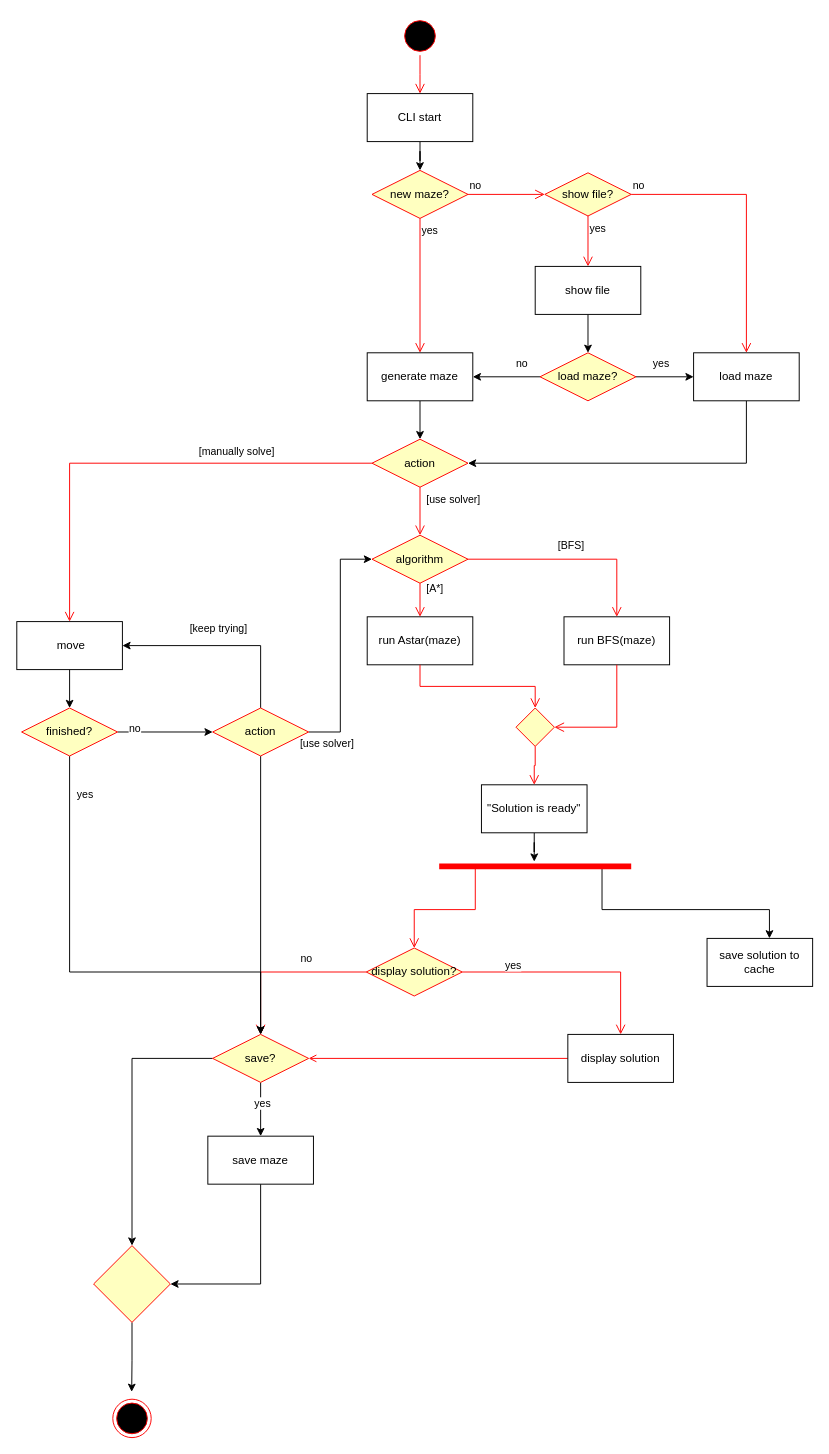
Before: activity.drawio in ronyzrihen/maze2d, a draw.io diagram. Source tidied: cells renumbered, new cells numbered last; positions are measured from the earlier drawing's top-left corner, leaving out a move shared by most shapes. Both pictures are drawn from the tidied source at 96%, with x=0, y=0 at pixel (16, 16).
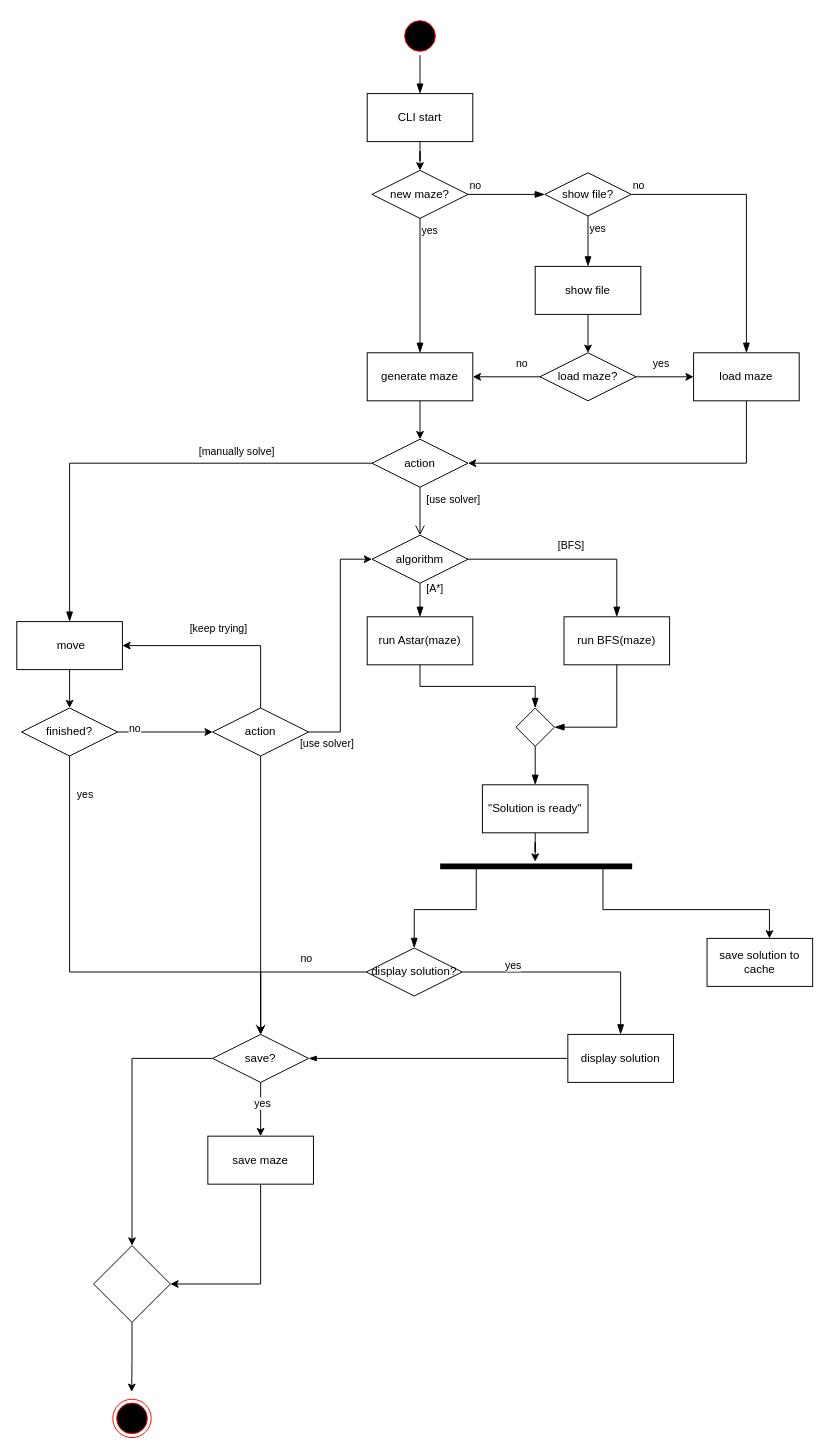
The same page after the edit.

The change refers to these unchanged cells:
```xml
<mxCell id="2" style="ellipse;html=1;shape=startState;fillColor=#000000;strokeColor=#ff0000;" parent="1" vertex="1">
  <mxGeometry x="400" width="40" height="40" as="geometry" />
</mxCell>
<mxCell id="12" value="show file" style="html=1;whiteSpace=wrap;" parent="1" vertex="1">
  <mxGeometry x="540" y="260" width="110" height="50" as="geometry" />
</mxCell>
<mxCell id="15" value="load maze" style="html=1;whiteSpace=wrap;" parent="1" vertex="1">
  <mxGeometry x="705" y="350" width="110" height="50" as="geometry" />
</mxCell>
<mxCell id="17" value="generate maze" style="html=1;whiteSpace=wrap;" parent="1" vertex="1">
  <mxGeometry x="365" y="350" width="110" height="50" as="geometry" />
</mxCell>
<mxCell id="22" value="&amp;nbsp;move" style="html=1;whiteSpace=wrap;" parent="1" vertex="1">
  <mxGeometry y="630" width="110" height="50" as="geometry" />
</mxCell>
<mxCell id="25" value="run Astar(maze)" style="html=1;whiteSpace=wrap;" parent="1" vertex="1">
  <mxGeometry x="365" y="625" width="110" height="50" as="geometry" />
</mxCell>
<mxCell id="27" value="run BFS(maze)" style="html=1;whiteSpace=wrap;" parent="1" vertex="1">
  <mxGeometry x="570" y="625" width="110" height="50" as="geometry" />
</mxCell>
<mxCell id="43" value="display solution" style="html=1;whiteSpace=wrap;" parent="1" vertex="1">
  <mxGeometry x="574" y="1060" width="110" height="50" as="geometry" />
</mxCell>
```

Change to the diagram source:
```diff
@@
-    <mxCell id="3" style="edgeStyle=orthogonalEdgeStyle;html=1;verticalAlign=bottom;endArrow=open;endSize=8;strokeColor=#ff0000;rounded=0;" parent="1" edge="1" source="2">
+    <mxCell id="3" style="edgeStyle=orthogonalEdgeStyle;html=1;verticalAlign=bottom;endArrow=blockThin;endSize=8;rounded=0;endFill=1;" parent="1" edge="1" source="2">
       <mxGeometry relative="1" as="geometry">
         <mxPoint x="420" y="80" as="targetPoint" />
         <Array as="points">
           <mxPoint x="420" y="60" />
           <mxPoint x="420" y="60" />
         </Array>
       </mxGeometry>
     </mxCell>
@@
-    <mxCell id="6" value="new maze?" style="rhombus;whiteSpace=wrap;html=1;fontColor=#000000;fillColor=#ffffc0;strokeColor=#ff0000;" parent="1" vertex="1">
+    <mxCell id="6" value="new maze?" style="rhombus;whiteSpace=wrap;html=1;" parent="1" vertex="1">
       <mxGeometry x="370" y="160" width="100" height="50" as="geometry" />
     </mxCell>
-    <mxCell id="7" value="no" style="edgeStyle=orthogonalEdgeStyle;html=1;align=left;verticalAlign=bottom;endArrow=open;endSize=8;strokeColor=#ff0000;rounded=0;" parent="1" edge="1" source="6" target="9">
+    <mxCell id="7" value="no" style="edgeStyle=orthogonalEdgeStyle;html=1;align=left;verticalAlign=bottom;endArrow=blockThin;endSize=8;rounded=0;endFill=1;" parent="1" edge="1" source="6" target="9">
       <mxGeometry x="-1" relative="1" as="geometry" />
     </mxCell>
-    <mxCell id="8" value="yes" style="edgeStyle=orthogonalEdgeStyle;html=1;align=left;verticalAlign=top;endArrow=open;endSize=8;strokeColor=#ff0000;rounded=0;" parent="1" edge="1" source="6" target="17">
+    <mxCell id="8" value="yes" style="edgeStyle=orthogonalEdgeStyle;html=1;align=left;verticalAlign=top;endArrow=blockThin;endSize=8;rounded=0;endFill=1;" parent="1" edge="1" source="6" target="17">
       <mxGeometry x="-1" relative="1" as="geometry" />
     </mxCell>
-    <mxCell id="9" value="show file?" style="rhombus;whiteSpace=wrap;html=1;fontColor=#000000;fillColor=#ffffc0;strokeColor=#ff0000;" parent="1" vertex="1">
+    <mxCell id="9" value="show file?" style="rhombus;whiteSpace=wrap;html=1;" parent="1" vertex="1">
       <mxGeometry x="550" y="162.5" width="90" height="45" as="geometry" />
     </mxCell>
-    <mxCell id="10" value="yes" style="edgeStyle=orthogonalEdgeStyle;html=1;align=left;verticalAlign=top;endArrow=open;endSize=8;strokeColor=#ff0000;rounded=0;exitX=0.5;exitY=1;exitDx=0;exitDy=0;" parent="1" edge="1" source="9" target="12">
+    <mxCell id="10" value="yes" style="edgeStyle=orthogonalEdgeStyle;html=1;align=left;verticalAlign=top;endArrow=blockThin;endSize=8;rounded=0;exitX=0.5;exitY=1;exitDx=0;exitDy=0;endFill=1;" parent="1" edge="1" source="9" target="12">
       <mxGeometry x="-1" relative="1" as="geometry" />
     </mxCell>
@@
-    <mxCell id="13" value="no" style="edgeStyle=orthogonalEdgeStyle;html=1;align=left;verticalAlign=bottom;endArrow=open;endSize=8;strokeColor=#ff0000;rounded=0;exitX=1;exitY=0.5;exitDx=0;exitDy=0;" parent="1" edge="1" source="9" target="15">
+    <mxCell id="13" value="no" style="edgeStyle=orthogonalEdgeStyle;html=1;align=left;verticalAlign=bottom;endArrow=blockThin;endSize=8;rounded=0;exitX=1;exitY=0.5;exitDx=0;exitDy=0;endFill=1;" parent="1" edge="1" source="9" target="15">
       <mxGeometry x="-1" relative="1" as="geometry" />
     </mxCell>
@@
-    <mxCell id="18" value="action" style="rhombus;whiteSpace=wrap;html=1;fontColor=#000000;fillColor=#ffffc0;strokeColor=#ff0000;" parent="1" vertex="1">
+    <mxCell id="18" value="action" style="rhombus;whiteSpace=wrap;html=1;" parent="1" vertex="1">
       <mxGeometry x="370" y="440" width="100" height="50" as="geometry" />
     </mxCell>
-    <mxCell id="19" value="[manually solve]" style="edgeStyle=orthogonalEdgeStyle;html=1;align=left;verticalAlign=top;endArrow=open;endSize=8;strokeColor=#ff0000;rounded=0;exitX=0;exitY=0.5;exitDx=0;exitDy=0;" parent="1" edge="1" source="18" target="22">
+    <mxCell id="19" value="[manually solve]" style="edgeStyle=orthogonalEdgeStyle;html=1;align=left;verticalAlign=top;endArrow=blockThin;endSize=8;rounded=0;exitX=0;exitY=0.5;exitDx=0;exitDy=0;endFill=1;" parent="1" edge="1" source="18" target="22">
       <mxGeometry x="-0.24" y="-25" relative="1" as="geometry" />
     </mxCell>
-    <mxCell id="20" value="[use solver]" style="edgeStyle=orthogonalEdgeStyle;html=1;align=left;verticalAlign=bottom;endArrow=open;endSize=8;strokeColor=#ff0000;rounded=0;exitX=0.5;exitY=1;exitDx=0;exitDy=0;entryX=0.5;entryY=0;entryDx=0;entryDy=0;" parent="1" edge="1" source="18" target="23">
+    <mxCell id="20" value="[use solver]" style="edgeStyle=orthogonalEdgeStyle;html=1;align=left;verticalAlign=bottom;endArrow=open;endSize=8;rounded=0;exitX=0.5;exitY=1;exitDx=0;exitDy=0;entryX=0.5;entryY=0;entryDx=0;entryDy=0;" parent="1" edge="1" source="18" target="23">
       <mxGeometry x="-0.14" y="5" relative="1" as="geometry" />
     </mxCell>
@@
-    <mxCell id="23" value="algorithm" style="rhombus;whiteSpace=wrap;html=1;fontColor=#000000;fillColor=#ffffc0;strokeColor=#ff0000;" parent="1" vertex="1">
+    <mxCell id="23" value="algorithm" style="rhombus;whiteSpace=wrap;html=1;" parent="1" vertex="1">
       <mxGeometry x="370" y="540" width="100" height="50" as="geometry" />
     </mxCell>
-    <mxCell id="24" value="[A*]" style="edgeStyle=orthogonalEdgeStyle;html=1;align=left;verticalAlign=bottom;endArrow=open;endSize=8;strokeColor=#ff0000;rounded=0;exitX=0.5;exitY=1;exitDx=0;exitDy=0;" parent="1" edge="1" source="23" target="25">
+    <mxCell id="24" value="[A*]" style="edgeStyle=orthogonalEdgeStyle;html=1;align=left;verticalAlign=bottom;endArrow=blockThin;endSize=8;rounded=0;exitX=0.5;exitY=1;exitDx=0;exitDy=0;endFill=1;" parent="1" edge="1" source="23" target="25">
       <mxGeometry x="-0.14" y="5" relative="1" as="geometry" />
     </mxCell>
@@
-    <mxCell id="26" value="[BFS]" style="edgeStyle=orthogonalEdgeStyle;html=1;align=left;verticalAlign=bottom;endArrow=open;endSize=8;strokeColor=#ff0000;rounded=0;exitX=1;exitY=0.5;exitDx=0;exitDy=0;" parent="1" edge="1" source="23" target="27">
+    <mxCell id="26" value="[BFS]" style="edgeStyle=orthogonalEdgeStyle;html=1;align=left;verticalAlign=bottom;endArrow=blockThin;endSize=8;rounded=0;exitX=1;exitY=0.5;exitDx=0;exitDy=0;endFill=1;" parent="1" edge="1" source="23" target="27">
       <mxGeometry x="-0.14" y="5" relative="1" as="geometry" />
     </mxCell>
@@
-    <mxCell id="28" style="rhombus;whiteSpace=wrap;html=1;fontColor=#000000;fillColor=#ffffc0;strokeColor=#ff0000;" parent="1" vertex="1">
+    <mxCell id="28" style="rhombus;whiteSpace=wrap;html=1;" parent="1" vertex="1">
       <mxGeometry x="520" y="720" width="40" height="40" as="geometry" />
     </mxCell>
-    <mxCell id="29" style="edgeStyle=orthogonalEdgeStyle;html=1;align=left;verticalAlign=bottom;endArrow=open;endSize=8;strokeColor=#ff0000;rounded=0;entryX=0.5;entryY=0;entryDx=0;entryDy=0;exitX=0.5;exitY=1;exitDx=0;exitDy=0;" parent="1" edge="1" source="25" target="28">
+    <mxCell id="29" style="edgeStyle=orthogonalEdgeStyle;html=1;align=left;verticalAlign=bottom;endArrow=blockThin;endSize=8;rounded=0;entryX=0.5;entryY=0;entryDx=0;entryDy=0;exitX=0.5;exitY=1;exitDx=0;exitDy=0;endFill=1;" parent="1" edge="1" source="25" target="28">
       <mxGeometry x="-0.15" y="5" relative="1" as="geometry" />
     </mxCell>
-    <mxCell id="30" style="edgeStyle=orthogonalEdgeStyle;html=1;align=left;verticalAlign=bottom;endArrow=open;endSize=8;strokeColor=#ff0000;rounded=0;entryX=1;entryY=0.5;entryDx=0;entryDy=0;exitX=0.5;exitY=1;exitDx=0;exitDy=0;" parent="1" edge="1" source="27" target="28">
+    <mxCell id="30" style="edgeStyle=orthogonalEdgeStyle;html=1;align=left;verticalAlign=bottom;endArrow=blockThin;endSize=8;rounded=0;entryX=1;entryY=0.5;entryDx=0;entryDy=0;exitX=0.5;exitY=1;exitDx=0;exitDy=0;endFill=1;" parent="1" edge="1" source="27" target="28">
       <mxGeometry x="-0.15" y="5" relative="1" as="geometry" />
     </mxCell>
-    <mxCell id="31" style="edgeStyle=orthogonalEdgeStyle;html=1;align=left;verticalAlign=bottom;endArrow=open;endSize=8;strokeColor=#ff0000;rounded=0;exitX=0.5;exitY=1;exitDx=0;exitDy=0;" parent="1" edge="1" source="28" target="33">
+    <mxCell id="31" style="edgeStyle=orthogonalEdgeStyle;html=1;align=left;verticalAlign=bottom;endArrow=blockThin;endSize=8;rounded=0;exitX=0.5;exitY=1;exitDx=0;exitDy=0;endFill=1;" parent="1" edge="1" source="28" target="33">
       <mxGeometry x="-0.15" y="5" relative="1" as="geometry" />
     </mxCell>
@@
     <mxCell id="33" value="&quot;Solution is ready&quot;" style="html=1;whiteSpace=wrap;" parent="1" vertex="1">
-      <mxGeometry x="484" y="800" width="110" height="50" as="geometry" />
+      <mxGeometry x="485" y="800" width="110" height="50" as="geometry" />
     </mxCell>
-    <mxCell id="34" value="display solution?" style="rhombus;whiteSpace=wrap;html=1;fontColor=#000000;fillColor=#ffffc0;strokeColor=#ff0000;" parent="1" vertex="1">
+    <mxCell id="34" value="display solution?" style="rhombus;whiteSpace=wrap;html=1;" parent="1" vertex="1">
       <mxGeometry x="364" y="970" width="100" height="50" as="geometry" />
     </mxCell>
-    <mxCell id="35" value="no" style="edgeStyle=orthogonalEdgeStyle;html=1;align=left;verticalAlign=bottom;endArrow=open;endSize=8;strokeColor=#ff0000;rounded=0;exitX=0;exitY=0.5;exitDx=0;exitDy=0;entryX=0.5;entryY=0;entryDx=0;entryDy=0;" parent="1" edge="1" source="34" target="39">
+    <mxCell id="35" value="no" style="edgeStyle=orthogonalEdgeStyle;html=1;align=left;verticalAlign=bottom;endArrow=open;endSize=8;rounded=0;exitX=0;exitY=0.5;exitDx=0;exitDy=0;entryX=0.5;entryY=0;entryDx=0;entryDy=0;" parent="1" edge="1" source="34" target="39">
       <mxGeometry x="-0.2" y="-5" relative="1" as="geometry">
         <Array as="points">
           <mxPoint x="254" y="995" />
         </Array>
       </mxGeometry>
     </mxCell>
@@
-    <mxCell id="39" value="save?" style="rhombus;whiteSpace=wrap;html=1;fontColor=#000000;fillColor=#ffffc0;strokeColor=#ff0000;" parent="1" vertex="1">
+    <mxCell id="39" value="save?" style="rhombus;whiteSpace=wrap;html=1;" parent="1" vertex="1">
       <mxGeometry x="204" y="1060" width="100" height="50" as="geometry" />
     </mxCell>
-    <mxCell id="40" style="edgeStyle=orthogonalEdgeStyle;html=1;align=left;verticalAlign=bottom;endArrow=open;endSize=8;strokeColor=#ff0000;rounded=0;exitX=1;exitY=0.5;exitDx=0;exitDy=0;" parent="1" edge="1" source="34" target="43">
+    <mxCell id="40" style="edgeStyle=orthogonalEdgeStyle;html=1;align=left;verticalAlign=bottom;endArrow=blockThin;endSize=8;rounded=0;exitX=1;exitY=0.5;exitDx=0;exitDy=0;endFill=1;" parent="1" edge="1" source="34" target="43">
       <mxGeometry x="-0.15" y="5" relative="1" as="geometry" />
     </mxCell>
@@
-    <mxCell id="42" style="edgeStyle=orthogonalEdgeStyle;rounded=0;jettySize=auto;html=1;entryX=1;entryY=0.5;entryDx=0;entryDy=0;strokeColor=#FF0000;endArrow=open;endFill=0;" parent="1" edge="1" source="43" target="39">
+    <mxCell id="42" style="edgeStyle=orthogonalEdgeStyle;rounded=0;jettySize=auto;html=1;entryX=1;entryY=0.5;entryDx=0;entryDy=0;endArrow=blockThin;endFill=1;" parent="1" edge="1" source="43" target="39">
       <mxGeometry relative="1" as="geometry" />
     </mxCell>
@@
-    <mxCell id="50" value="finished?" style="rhombus;whiteSpace=wrap;html=1;fontColor=#000000;fillColor=#ffffc0;strokeColor=#ff0000;" parent="1" vertex="1">
+    <mxCell id="50" value="finished?" style="rhombus;whiteSpace=wrap;html=1;" parent="1" vertex="1">
       <mxGeometry x="5" y="720" width="100" height="50" as="geometry" />
     </mxCell>
@@
-    <mxCell id="55" value="load maze?" style="rhombus;whiteSpace=wrap;html=1;fontColor=#000000;fillColor=#ffffc0;strokeColor=#ff0000;" parent="1" vertex="1">
+    <mxCell id="55" value="load maze?" style="rhombus;whiteSpace=wrap;html=1;" parent="1" vertex="1">
       <mxGeometry x="545" y="350" width="100" height="50" as="geometry" />
     </mxCell>
@@
-    <mxCell id="57" style="shape=line;html=1;strokeWidth=6;strokeColor=#ff0000;" parent="1" vertex="1">
-      <mxGeometry x="440" y="880" width="200" height="10" as="geometry" />
+    <mxCell id="57" style="shape=line;html=1;strokeWidth=6;" parent="1" vertex="1">
+      <mxGeometry x="441" y="880" width="200" height="10" as="geometry" />
     </mxCell>
-    <mxCell id="58" style="edgeStyle=orthogonalEdgeStyle;html=1;verticalAlign=bottom;endArrow=open;endSize=8;strokeColor=#ff0000;rounded=0;entryX=0.5;entryY=0;entryDx=0;entryDy=0;exitX=0.188;exitY=0.749;exitDx=0;exitDy=0;exitPerimeter=0;" parent="1" edge="1" source="57" target="34">
+    <mxCell id="58" style="edgeStyle=orthogonalEdgeStyle;html=1;verticalAlign=bottom;endArrow=blockThin;endSize=8;rounded=0;entryX=0.5;entryY=0;entryDx=0;entryDy=0;exitX=0.188;exitY=0.749;exitDx=0;exitDy=0;exitPerimeter=0;endFill=1;" parent="1" edge="1" source="57" target="34">
       <mxGeometry relative="1" as="geometry" />
     </mxCell>
@@
-    <mxCell id="65" value="action" style="rhombus;whiteSpace=wrap;html=1;fontColor=#000000;fillColor=#ffffc0;strokeColor=#ff0000;" parent="1" vertex="1">
+    <mxCell id="65" value="action" style="rhombus;whiteSpace=wrap;html=1;" parent="1" vertex="1">
       <mxGeometry x="204" y="720" width="100" height="50" as="geometry" />
     </mxCell>
@@
-    <mxCell id="67" style="rhombus;whiteSpace=wrap;html=1;fillColor=#ffffc0;strokeColor=#ff0000;fontColor=#000000;" parent="1" vertex="1">
+    <mxCell id="67" style="rhombus;whiteSpace=wrap;html=1;" parent="1" vertex="1">
       <mxGeometry x="80" y="1280" width="80" height="80" as="geometry" />
     </mxCell>
```
